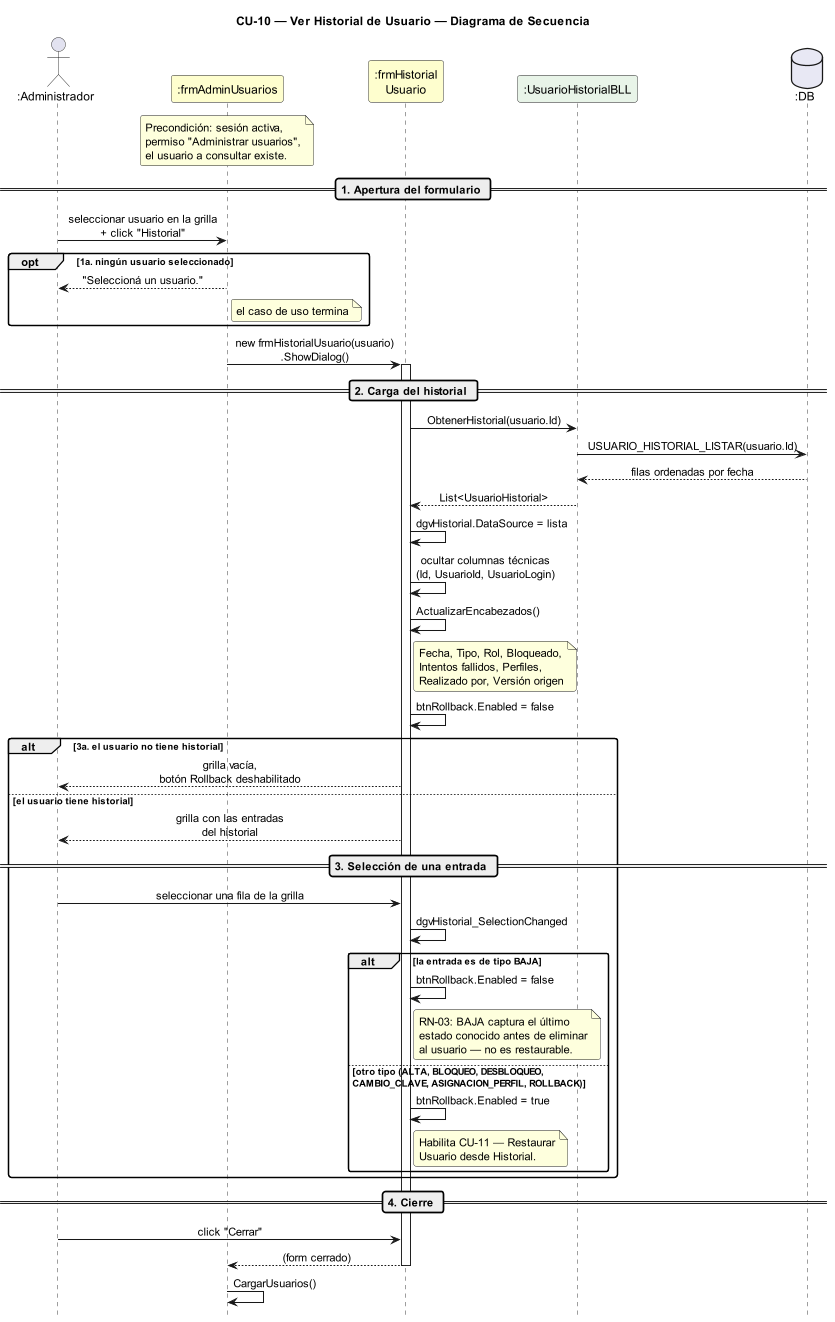
The PlantUML diagram DIAGRAMAS/DiagramaSecuencia_CU10_VerHistorial.png in Urrels/ingenieria_software, before a commit. Its diagram source:
```plantuml
@startuml DiagramaSecuencia_CU10_VerHistorial

title CU-10 — Ver Historial de Usuario — Diagrama de Secuencia

skinparam shadowing false
skinparam roundcorner 6
skinparam sequenceArrowThickness 1.2
skinparam ParticipantPadding 14
skinparam sequenceMessageAlign center
hide footbox
scale 0.85

actor       ":Administrador"       as A
participant ":frmAdminUsuarios"    as FA #FEFECE
participant ":frmHistorial\nUsuario" as FH #FEFECE
participant ":UsuarioHistorialBLL" as UH #E8F4E8
database    ":DB"                  as DB #E8E8F4

note over FA
  Precondición: sesión activa,
  permiso "Administrar usuarios",
  el usuario a consultar existe.
end note

== 1. Apertura del formulario ==

A -> FA : seleccionar usuario en la grilla\n+ click "Historial"

opt 1a. ningún usuario seleccionado
  FA --> A : "Seleccioná un usuario."
  note right of FA : el caso de uso termina
end

FA -> FH : new frmHistorialUsuario(usuario)\n.ShowDialog()
activate FH

== 2. Carga del historial ==

FH -> UH : ObtenerHistorial(usuario.Id)
UH -> DB : USUARIO_HISTORIAL_LISTAR(usuario.Id)
DB --> UH : filas ordenadas por fecha
UH --> FH : List<UsuarioHistorial>

FH -> FH : dgvHistorial.DataSource = lista
FH -> FH : ocultar columnas técnicas\n(Id, UsuarioId, UsuarioLogin)
FH -> FH : ActualizarEncabezados()
note right of FH
  Fecha, Tipo, Rol, Bloqueado,
  Intentos fallidos, Perfiles,
  Realizado por, Versión origen
end note
FH -> FH : btnRollback.Enabled = false

alt 3a. el usuario no tiene historial
  FH --> A : grilla vacía,\nbotón Rollback deshabilitado

else el usuario tiene historial
  FH --> A : grilla con las entradas\ndel historial

  == 3. Selección de una entrada ==

  A -> FH : seleccionar una fila de la grilla
  FH -> FH : dgvHistorial_SelectionChanged

  alt la entrada es de tipo BAJA
    FH -> FH : btnRollback.Enabled = false
    note right of FH
      RN-03: BAJA captura el último
      estado conocido antes de eliminar
      al usuario — no es restaurable.
    end note
  else otro tipo (ALTA, BLOQUEO, DESBLOQUEO,\nCAMBIO_CLAVE, ASIGNACION_PERFIL, ROLLBACK)
    FH -> FH : btnRollback.Enabled = true
    note right of FH
      Habilita CU-11 — Restaurar
      Usuario desde Historial.
    end note
  end
end

== 4. Cierre ==

A -> FH : click "Cerrar"
FH --> FA : (form cerrado)
deactivate FH
FA -> FA : CargarUsuarios()

@enduml
```
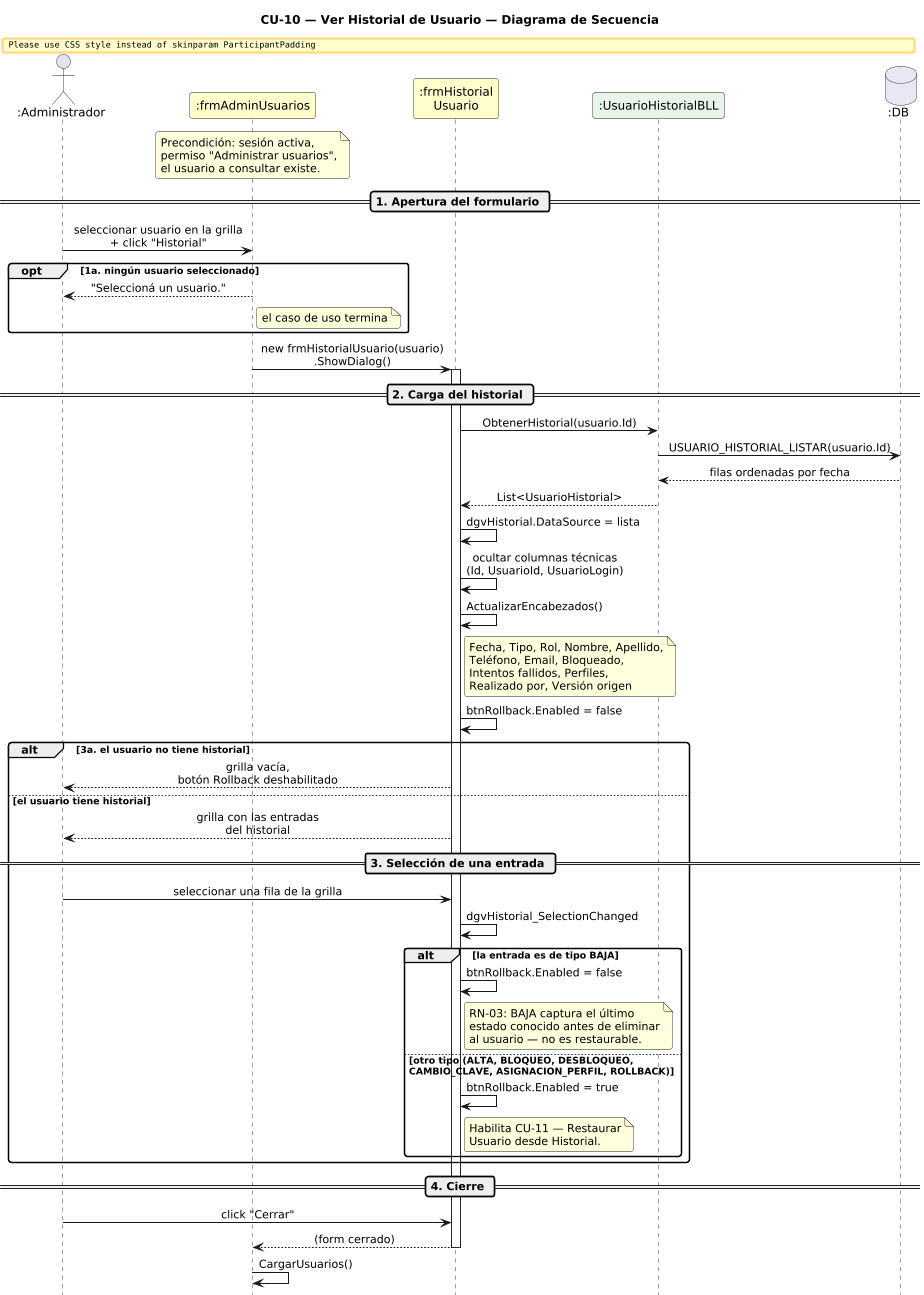
After the commit.

Commit message:
docs: corrige diagramas de secuencia CU10/CU11/CU18 (idioma protegido, campos dummy)

What changed in the source:
```diff
@@ -45,7 +45,8 @@
 FH -> FH : ocultar columnas técnicas\n(Id, UsuarioId, UsuarioLogin)
 FH -> FH : ActualizarEncabezados()
 note right of FH
-  Fecha, Tipo, Rol, Bloqueado,
+  Fecha, Tipo, Rol, Nombre, Apellido,
+  Teléfono, Email, Bloqueado,
   Intentos fallidos, Perfiles,
   Realizado por, Versión origen
 end note
```
